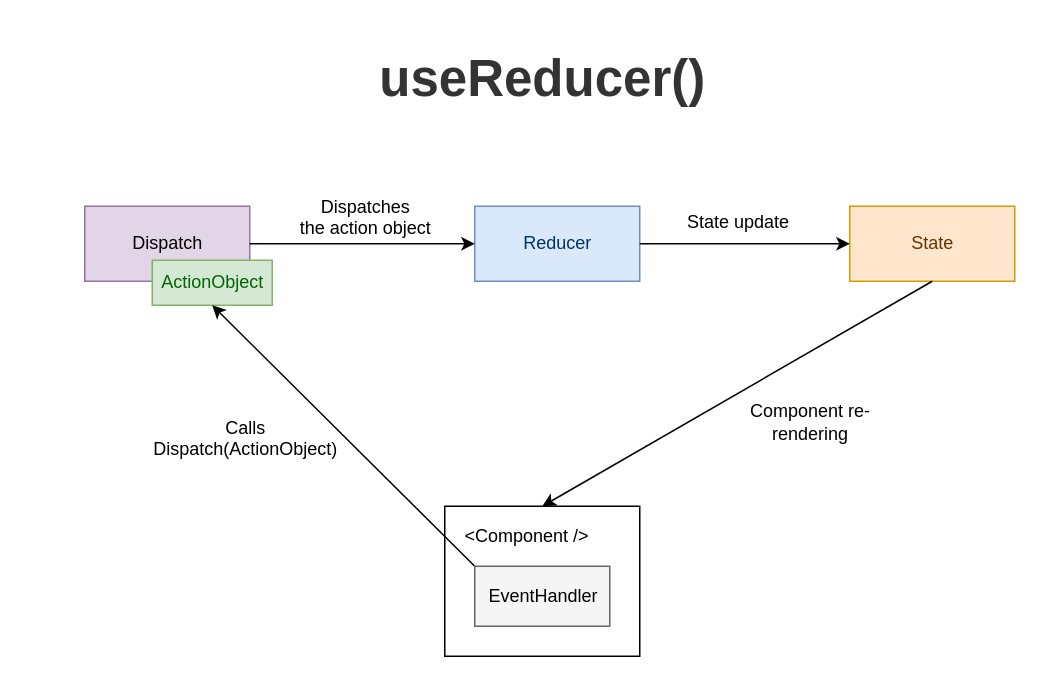
Before: content/posts/149-react-usereducer/diagrams/diagram.drawio in panzerdp/dmitripavlutin.com, a draw.io diagram. Source tidied: cells renumbered, new cells numbered last; positions are measured from the earlier drawing's top-left corner, leaving out a move shared by most shapes. Both pictures are drawn from the tidied source at 150%, with x=0, y=0 at pixel (84, 26).
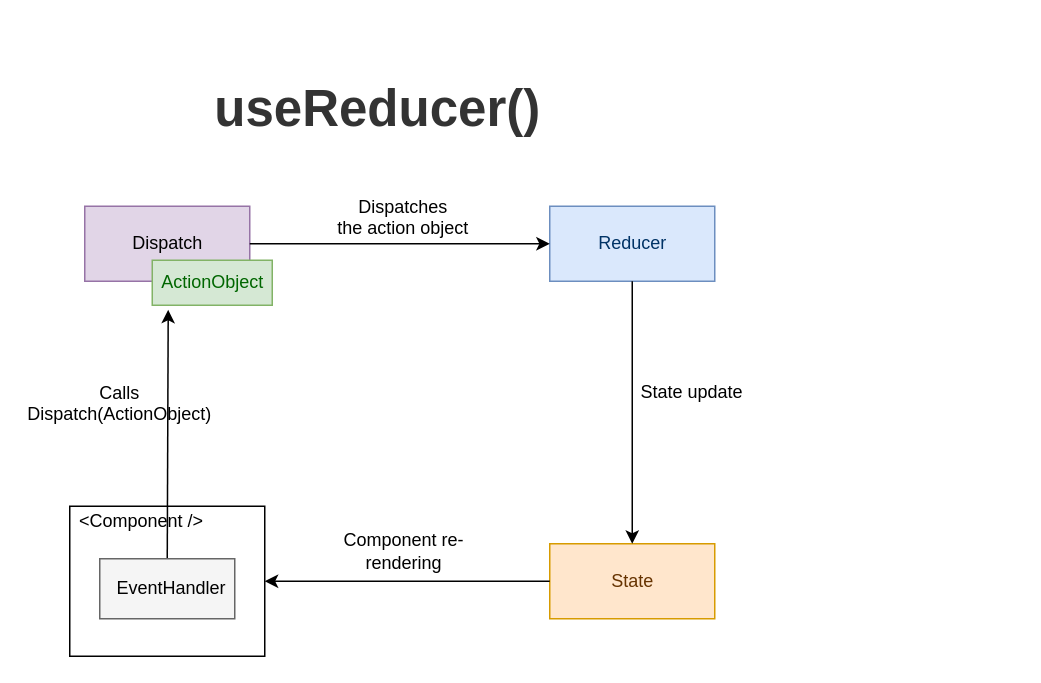
The same page after the edit.

Diff of the diagram source:
```diff
@@
 <mxGraphModel>
   <root>
     <mxCell id="0" />
     <mxCell id="1" parent="0" />
     <mxCell id="2" value="useReducer()" style="text;strokeColor=none;fillColor=none;html=1;fontSize=34;fontStyle=1;verticalAlign=middle;align=center;fontColor=#333333;" parent="1" vertex="1">
-      <mxGeometry x="190" width="230" height="70" as="geometry" />
+      <mxGeometry x="80" y="20" width="230" height="70" as="geometry" />
     </mxCell>
     <mxCell id="3" style="html=1;" parent="1" vertex="1">
-      <mxGeometry x="240" y="320" width="130" height="100" as="geometry" />
+      <mxGeometry x="-10" y="320" width="130" height="100" as="geometry" />
     </mxCell>
     <mxCell id="4" value="Dispatch" style="html=1;fillColor=#e1d5e7;strokeColor=#9673a6;" parent="1" vertex="1">
       <mxGeometry y="120" width="110" height="50" as="geometry" />
     </mxCell>
     <mxCell id="5" value="ActionObject" style="html=1;fillColor=#d5e8d4;strokeColor=#82b366;fontColor=#006600;" parent="1" vertex="1">
       <mxGeometry x="45" y="156" width="80" height="30" as="geometry" />
     </mxCell>
     <mxCell id="6" value="Reducer" style="html=1;fillColor=#dae8fc;strokeColor=#6c8ebf;fontColor=#003366;" parent="1" vertex="1">
-      <mxGeometry x="260" y="120" width="110" height="50" as="geometry" />
+      <mxGeometry x="310" y="120" width="110" height="50" as="geometry" />
     </mxCell>
     <mxCell id="7" value="State" style="html=1;fillColor=#ffe6cc;strokeColor=#d79b00;fontColor=#663300;" parent="1" vertex="1">
-      <mxGeometry x="510" y="120" width="110" height="50" as="geometry" />
+      <mxGeometry x="310" y="345" width="110" height="50" as="geometry" />
     </mxCell>
-    <mxCell id="8" style="endArrow=classic;html=1;entryX=0.5;entryY=1;entryDx=0;entryDy=0;exitX=0;exitY=0;exitDx=0;exitDy=0;" parent="1" edge="1" source="16" target="5">
+    <mxCell id="8" style="endArrow=classic;html=1;entryX=0.133;entryY=1.101;entryDx=0;entryDy=0;exitX=0.5;exitY=0;exitDx=0;exitDy=0;entryPerimeter=0;" parent="1" edge="1" source="16" target="5">
       <mxGeometry relative="1" as="geometry" />
     </mxCell>
     <mxCell id="9" style="endArrow=classic;html=1;entryX=0;entryY=0.5;entryDx=0;entryDy=0;exitX=1;exitY=0.5;exitDx=0;exitDy=0;" parent="1" edge="1" source="4" target="6">
       <mxGeometry relative="1" as="geometry" />
     </mxCell>
-    <mxCell id="10" style="endArrow=classic;html=1;entryX=0;entryY=0.5;entryDx=0;entryDy=0;exitX=1;exitY=0.5;exitDx=0;exitDy=0;" parent="1" edge="1" source="6" target="7">
+    <mxCell id="10" style="endArrow=classic;html=1;exitX=0.5;exitY=1;exitDx=0;exitDy=0;entryX=0.5;entryY=0;entryDx=0;entryDy=0;" parent="1" edge="1" source="6" target="7">
       <mxGeometry relative="1" as="geometry" />
     </mxCell>
-    <mxCell id="11" style="endArrow=classic;html=1;entryX=0.5;entryY=0;entryDx=0;entryDy=0;exitX=0.5;exitY=1;exitDx=0;exitDy=0;" parent="1" edge="1" source="7" target="3">
+    <mxCell id="11" style="endArrow=classic;html=1;entryX=1;entryY=0.5;entryDx=0;entryDy=0;exitX=0;exitY=0.5;exitDx=0;exitDy=0;" parent="1" edge="1" source="7" target="3">
       <mxGeometry relative="1" as="geometry" />
     </mxCell>
     <mxCell id="12" value="State update" style="text;html=1;strokeColor=none;fillColor=none;align=center;verticalAlign=middle;whiteSpace=wrap;rounded=0;" parent="1" vertex="1">
-      <mxGeometry x="381" y="121" width="110" height="20" as="geometry" />
+      <mxGeometry x="350" y="234" width="110" height="20" as="geometry" />
     </mxCell>
     <mxCell id="13" value="Component re-rendering" style="text;html=1;strokeColor=none;fillColor=none;align=center;verticalAlign=middle;whiteSpace=wrap;rounded=0;" parent="1" vertex="1">
-      <mxGeometry x="429" y="254" width="110" height="20" as="geometry" />
+      <mxGeometry x="157.5" y="340" width="110" height="20" as="geometry" />
     </mxCell>
     <mxCell id="14" value="&amp;lt;Component /&amp;gt;" style="text;html=1;strokeColor=none;fillColor=none;align=center;verticalAlign=middle;whiteSpace=wrap;rounded=0;" parent="1" vertex="1">
-      <mxGeometry x="240" y="330" width="110" height="20" as="geometry" />
+      <mxGeometry x="-17" y="320" width="110" height="20" as="geometry" />
     </mxCell>
     <mxCell id="15" value="&lt;span style=&quot;color: rgb(0, 0, 0); font-family: helvetica; font-size: 12px; font-style: normal; font-weight: 400; letter-spacing: normal; text-indent: 0px; text-transform: none; word-spacing: 0px; background-color: rgb(255, 255, 255); display: inline; float: none;&quot;&gt;Dispatches &lt;br&gt;the action object&lt;/span&gt;" style="text;whiteSpace=wrap;html=1;align=center;" parent="1" vertex="1">
-      <mxGeometry x="125" y="107" width="125" height="30" as="geometry" />
+      <mxGeometry x="150" y="107" width="125" height="30" as="geometry" />
     </mxCell>
     <mxCell id="16" style="rounded=0;whiteSpace=wrap;html=1;align=center;fillColor=#f5f5f5;strokeColor=#666666;fontColor=#333333;" parent="1" vertex="1">
-      <mxGeometry x="260" y="360" width="90" height="40" as="geometry" />
+      <mxGeometry x="10" y="355" width="90" height="40" as="geometry" />
     </mxCell>
     <mxCell id="17" value="EventHandler" style="text;html=1;strokeColor=none;fillColor=none;align=center;verticalAlign=middle;whiteSpace=wrap;rounded=0;" parent="1" vertex="1">
-      <mxGeometry x="266" y="370" width="80" height="20" as="geometry" />
+      <mxGeometry x="18" y="365" width="80" height="20" as="geometry" />
     </mxCell>
-    <mxCell id="18" value="&lt;font face=&quot;helvetica&quot;&gt;Calls Dispatch(ActionObject)&lt;/font&gt;" style="text;whiteSpace=wrap;html=1;align=center;" parent="1" vertex="1">
-      <mxGeometry x="45" y="254" width="125" height="30" as="geometry" />
+    <mxCell id="18" value="&lt;font face=&quot;helvetica&quot;&gt;Calls Dispatch(ActionObject)&lt;/font&gt;" style="text;whiteSpace=wrap;html=1;align=center;rotation=0;" parent="1" vertex="1">
+      <mxGeometry x="-39" y="231" width="125" height="30" as="geometry" />
     </mxCell>
   </root>
 </mxGraphModel>
```
